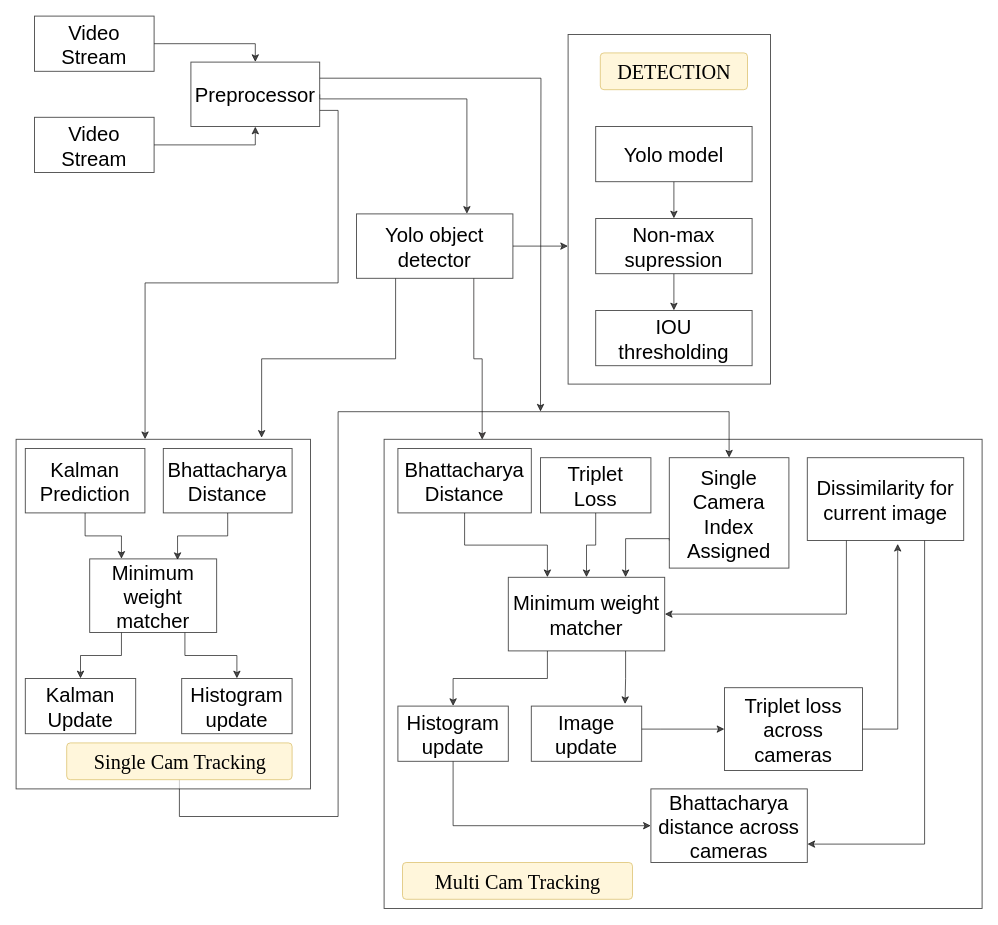
chauchausoup/major_diagrams keeps this draw.io diagram as multiple_system_archi.drawio. Above is the earlier version. Source tidied: cells renumbered, new cells numbered last; positions are measured from the earlier drawing's top-left corner, leaving out a move shared by most shapes. Both pictures are drawn from the tidied source at 92%, with x=0, y=0 at pixel (16, 16).
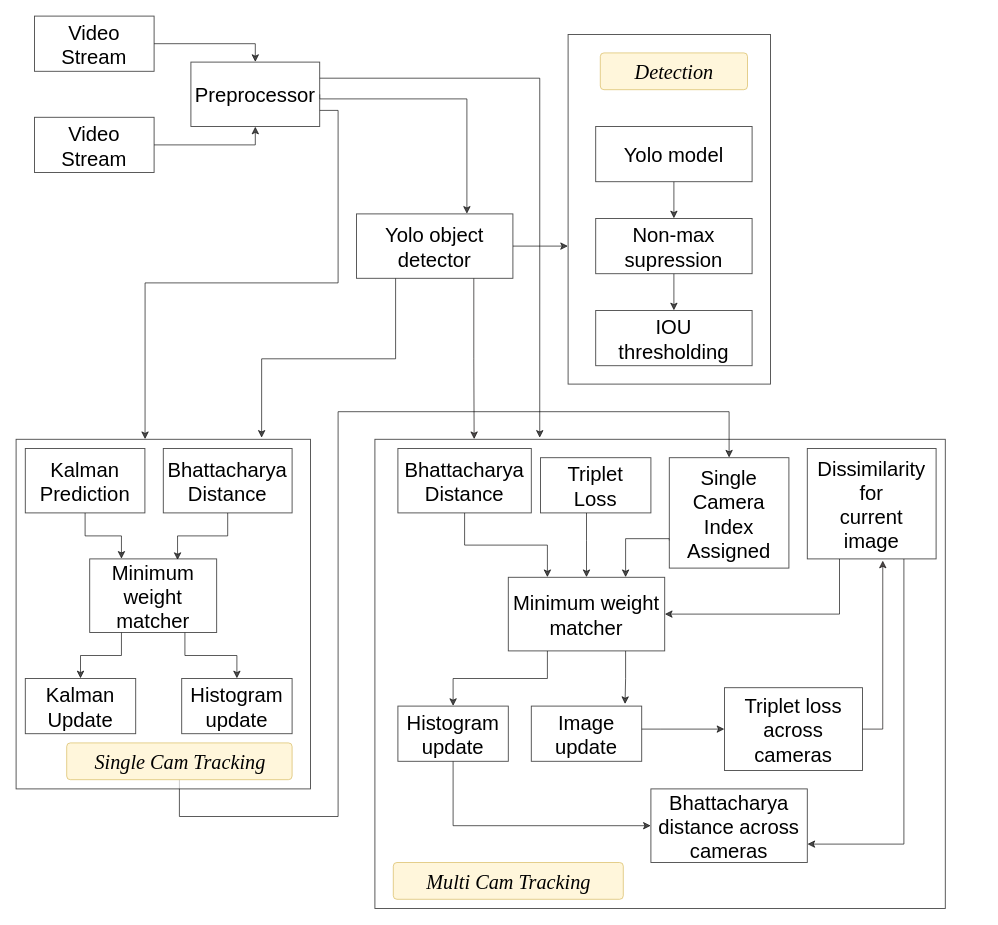
The same diagram, later.

Unchanged cells that the change refers to:
```xml
<mxCell id="11" value="Preprocessor" style="rounded=0;whiteSpace=wrap;html=1;fontSize=22;spacing=6;spacingTop=4;opacity=70;" parent="1" vertex="1">
  <mxGeometry x="190" y="50" width="140" height="70" as="geometry" />
</mxCell>
<mxCell id="15" value="Yolo object detector" style="rounded=0;whiteSpace=wrap;html=1;fontSize=22;spacing=6;spacingTop=4;opacity=70;" parent="1" vertex="1">
  <mxGeometry x="370" y="215" width="170" height="70" as="geometry" />
</mxCell>
<mxCell id="35" value="Triplet Loss" style="rounded=0;whiteSpace=wrap;html=1;fontSize=22;spacing=6;spacingTop=4;opacity=70;" parent="1" vertex="1">
  <mxGeometry x="570" y="480" width="120" height="60" as="geometry" />
</mxCell>
<mxCell id="38" value="Minimum weight matcher" style="rounded=0;whiteSpace=wrap;html=1;fontSize=22;spacing=6;spacingTop=4;opacity=70;" parent="1" vertex="1">
  <mxGeometry x="535" y="610" width="170" height="80" as="geometry" />
</mxCell>
<mxCell id="46" value="Triplet loss across cameras" style="rounded=0;whiteSpace=wrap;html=1;fontSize=22;spacing=6;spacingTop=4;opacity=70;" parent="1" vertex="1">
  <mxGeometry x="770" y="730" width="150" height="90" as="geometry" />
</mxCell>
```

What changed in the source:
```diff
@@
     <mxCell id="2" style="rounded=0;whiteSpace=wrap;html=1;fontSize=22;spacing=6;spacingTop=4;opacity=70;" parent="1" vertex="1">
-      <mxGeometry x="400" y="460" width="650" height="510" as="geometry" />
+      <mxGeometry x="390" y="460" width="620" height="510" as="geometry" />
     </mxCell>
@@
-    <mxCell id="9" style="edgeStyle=orthogonalEdgeStyle;rounded=0;jettySize=auto;html=1;exitX=1;exitY=0.25;exitDx=0;exitDy=0;fontSize=22;spacing=6;spacingTop=4;opacity=70;" parent="1" edge="1" source="11">
-      <mxGeometry relative="1" as="geometry">
-        <mxPoint x="570" y="430" as="targetPoint" />
-      </mxGeometry>
+    <mxCell id="9" style="edgeStyle=orthogonalEdgeStyle;rounded=0;jettySize=auto;html=1;exitX=1;exitY=0.25;exitDx=0;exitDy=0;fontSize=22;spacing=6;spacingTop=4;opacity=70;entryX=0.289;entryY=-0.003;entryDx=0;entryDy=0;entryPerimeter=0;" parent="1" edge="1" source="11" target="2">
+      <mxGeometry relative="1" as="geometry" />
     </mxCell>
@@
-    <mxCell id="14" style="edgeStyle=orthogonalEdgeStyle;rounded=0;jettySize=auto;html=1;exitX=0.75;exitY=1;exitDx=0;exitDy=0;entryX=0.164;entryY=0.001;entryDx=0;entryDy=0;entryPerimeter=0;strokeColor=#050000;fontSize=22;opacity=70;" parent="1" edge="1" source="15" target="2">
+    <mxCell id="14" style="edgeStyle=orthogonalEdgeStyle;rounded=0;jettySize=auto;html=1;exitX=0.75;exitY=1;exitDx=0;exitDy=0;entryX=0.174;entryY=0;entryDx=0;entryDy=0;entryPerimeter=0;strokeColor=#050000;fontSize=22;opacity=70;" parent="1" edge="1" source="15" target="2">
       <mxGeometry relative="1" as="geometry" />
     </mxCell>
@@
     <mxCell id="34" style="edgeStyle=orthogonalEdgeStyle;rounded=0;jettySize=auto;html=1;fontSize=22;spacing=6;spacingTop=4;opacity=70;" parent="1" edge="1" source="35" target="38">
-      <mxGeometry relative="1" as="geometry" />
+      <mxGeometry relative="1" as="geometry">
+        <Array as="points">
+          <mxPoint x="620" y="570" />
+          <mxPoint x="620" y="570" />
+        </Array>
+      </mxGeometry>
     </mxCell>
@@
-    <mxCell id="45" style="edgeStyle=orthogonalEdgeStyle;rounded=0;jettySize=auto;html=1;exitX=1;exitY=0.5;exitDx=0;exitDy=0;entryX=0.578;entryY=1.039;entryDx=0;entryDy=0;entryPerimeter=0;fontSize=22;spacing=6;spacingTop=4;opacity=70;" parent="1" edge="1" source="46" target="49">
+    <mxCell id="45" style="edgeStyle=orthogonalEdgeStyle;rounded=0;jettySize=auto;html=1;exitX=1;exitY=0.5;exitDx=0;exitDy=0;entryX=0.586;entryY=1.014;entryDx=0;entryDy=0;entryPerimeter=0;strokeColor=#050000;fontSize=22;opacity=70;" parent="1" edge="1" source="46" target="49">
       <mxGeometry relative="1" as="geometry" />
     </mxCell>
@@
-    <mxCell id="49" value="Dissimilarity for current image" style="rounded=0;whiteSpace=wrap;html=1;fontSize=22;spacing=6;spacingTop=4;opacity=70;" parent="1" vertex="1">
-      <mxGeometry x="860" y="480" width="170" height="90" as="geometry" />
+    <mxCell id="49" value="Dissimilarity &lt;br&gt;for &lt;br&gt;current &lt;br&gt;image" style="rounded=0;whiteSpace=wrap;html=1;fontSize=22;spacing=6;spacingTop=4;opacity=70;" parent="1" vertex="1">
+      <mxGeometry x="860" y="470" width="140" height="120" as="geometry" />
     </mxCell>
@@
-    <mxCell id="51" value="&lt;font face=&quot;Garamond&quot; style=&quot;font-size: 22px;&quot;&gt;&lt;span style=&quot;font-size: 22px;&quot;&gt;DETECTION&lt;/span&gt;&lt;/font&gt;" style="rounded=1;arcSize=10;html=1;fontSize=22;align=center;fontStyle=0;fontSize=11;spacing=6;spacingTop=4;fillColor=#fff2cc;strokeColor=#d6b656;opacity=70;" parent="1" vertex="1">
+    <mxCell id="51" value="&lt;font face=&quot;Garamond&quot;&gt;&lt;span style=&quot;font-size: 22px&quot;&gt;&lt;i&gt;Detection&lt;/i&gt;&lt;/span&gt;&lt;/font&gt;" style="rounded=1;arcSize=10;html=1;fontSize=22;align=center;fontStyle=0;fontSize=11;spacing=6;spacingTop=4;fillColor=#fff2cc;strokeColor=#d6b656;opacity=70;" parent="1" vertex="1">
       <mxGeometry x="635" y="40" width="160" height="40" as="geometry" />
     </mxCell>
-    <mxCell id="52" value="&lt;font face=&quot;Garamond&quot; style=&quot;font-size: 22px;&quot;&gt;&lt;span style=&quot;font-size: 22px;&quot;&gt;Single Cam Tracking&lt;/span&gt;&lt;/font&gt;" style="rounded=1;arcSize=10;html=1;fontSize=22;align=center;fontStyle=0;fontSize=11;spacing=6;spacingTop=4;fillColor=#fff2cc;strokeColor=#d6b656;opacity=70;" parent="1" vertex="1">
+    <mxCell id="52" value="&lt;font face=&quot;Garamond&quot; style=&quot;font-size: 22px&quot;&gt;&lt;span style=&quot;font-size: 22px&quot;&gt;&lt;i&gt;Single Cam Tracking&lt;/i&gt;&lt;/span&gt;&lt;/font&gt;" style="rounded=1;arcSize=10;html=1;fontSize=22;align=center;fontStyle=0;fontSize=11;spacing=6;spacingTop=4;fillColor=#fff2cc;strokeColor=#d6b656;opacity=70;" parent="1" vertex="1">
       <mxGeometry x="55" y="790" width="245" height="40" as="geometry" />
     </mxCell>
-    <mxCell id="53" value="&lt;font face=&quot;Garamond&quot; style=&quot;font-size: 22px;&quot;&gt;&lt;span style=&quot;font-size: 22px;&quot;&gt;Multi Cam Tracking&lt;/span&gt;&lt;/font&gt;" style="rounded=1;arcSize=10;html=1;fontSize=22;align=center;fontStyle=0;fontSize=11;spacing=6;spacingTop=4;fillColor=#fff2cc;strokeColor=#d6b656;opacity=70;" parent="1" vertex="1">
-      <mxGeometry x="420" y="920" width="250" height="40" as="geometry" />
+    <mxCell id="53" value="&lt;font face=&quot;Garamond&quot; style=&quot;font-size: 22px&quot;&gt;&lt;span style=&quot;font-size: 22px&quot;&gt;&lt;i&gt;Multi Cam Tracking&lt;/i&gt;&lt;/span&gt;&lt;/font&gt;" style="rounded=1;arcSize=10;html=1;fontSize=22;align=center;fontStyle=0;fontSize=11;spacing=6;spacingTop=4;fillColor=#fff2cc;strokeColor=#d6b656;opacity=70;" parent="1" vertex="1">
+      <mxGeometry x="410" y="920" width="250" height="40" as="geometry" />
     </mxCell>
```
